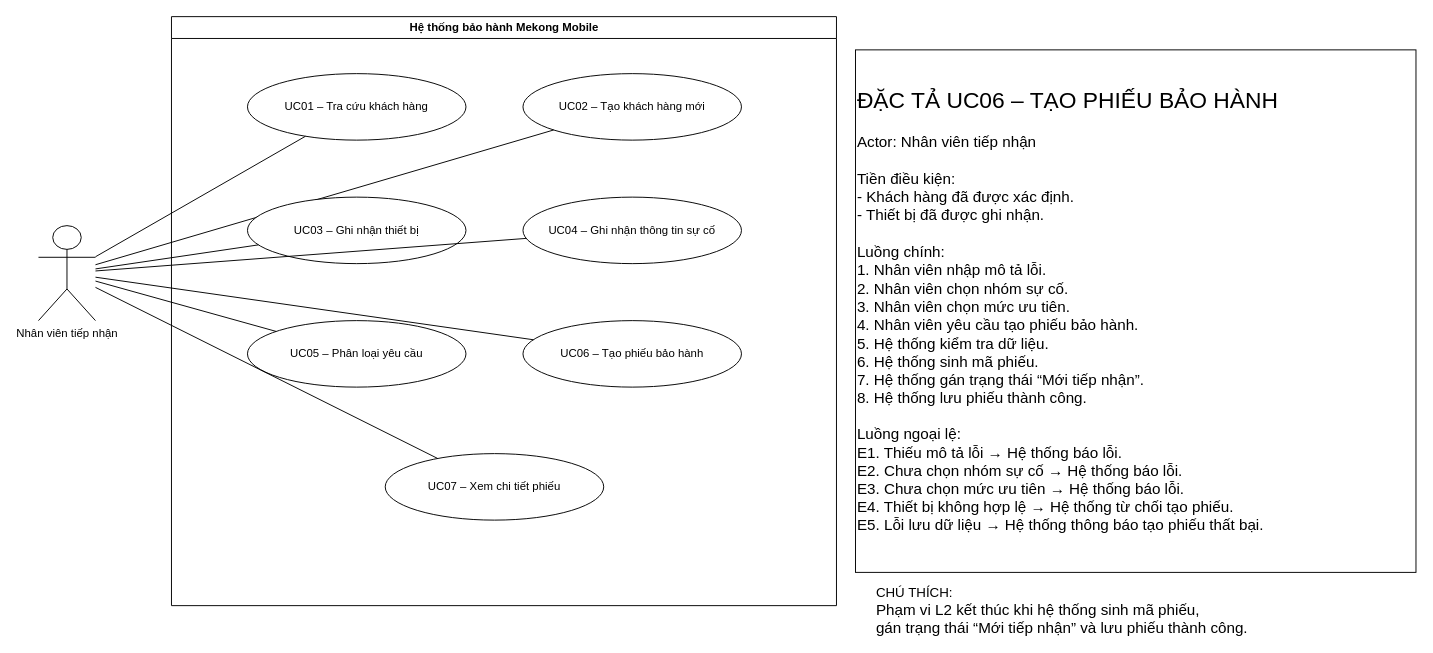
Above: docs/usecase.drawio in biuly1104/cdtn1-nguyenducphuoc-l2 (draw.io), before the change. Source tidied: cells renumbered, new cells numbered last; positions are measured from the earlier drawing's top-left corner, leaving out a move shared by most shapes. Both pictures are drawn from the tidied source at 95%, with x=0, y=0 at pixel (38, 16).
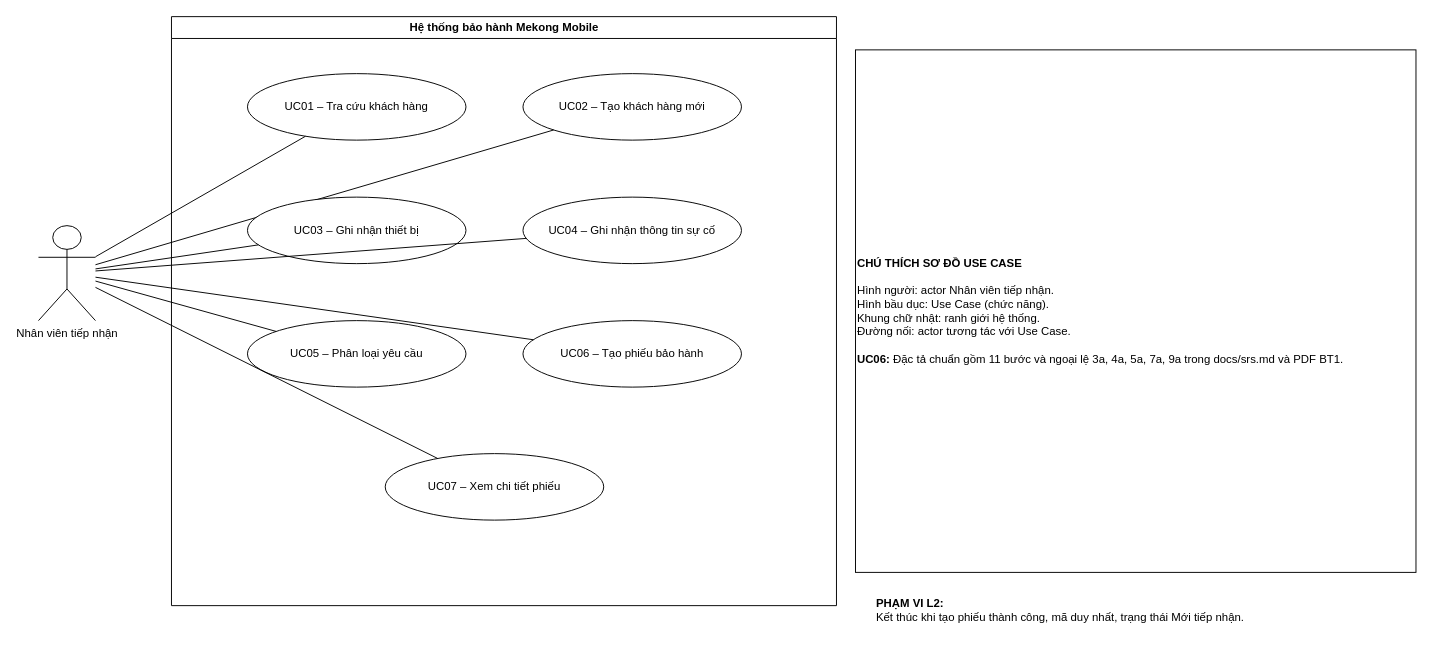
The same diagram, later.

What changed in the source:
```diff
@@
 <mxGraphModel>
   <root>
     <mxCell id="0" />
     <mxCell id="1" parent="0" />
     <mxCell id="2" value="Nhân viên tiếp nhận" style="shape=umlActor;verticalLabelPosition=bottom;verticalAlign=top;html=1;" parent="1" vertex="1">
       <mxGeometry y="220" width="60" height="100" as="geometry" />
     </mxCell>
     <mxCell id="3" value="Hệ thống bảo hành Mekong Mobile" style="swimlane;html=1;" parent="1" vertex="1">
       <mxGeometry x="140" width="700" height="620" as="geometry" />
     </mxCell>
     <mxCell id="4" value="UC01 – Tra cứu khách hàng" style="ellipse;whiteSpace=wrap;html=1;" parent="1" vertex="1">
       <mxGeometry x="220" y="60" width="230" height="70" as="geometry" />
     </mxCell>
     <mxCell id="5" style="endArrow=none;html=1;" parent="1" edge="1" source="2" target="4">
       <mxGeometry relative="1" as="geometry" />
     </mxCell>
     <mxCell id="6" value="UC02 – Tạo khách hàng mới" style="ellipse;whiteSpace=wrap;html=1;" parent="1" vertex="1">
       <mxGeometry x="510" y="60" width="230" height="70" as="geometry" />
     </mxCell>
     <mxCell id="7" style="endArrow=none;html=1;" parent="1" edge="1" source="2" target="6">
       <mxGeometry relative="1" as="geometry" />
     </mxCell>
     <mxCell id="8" value="UC03 – Ghi nhận thiết bị" style="ellipse;whiteSpace=wrap;html=1;" parent="1" vertex="1">
       <mxGeometry x="220" y="190" width="230" height="70" as="geometry" />
     </mxCell>
     <mxCell id="9" style="endArrow=none;html=1;" parent="1" edge="1" source="2" target="8">
       <mxGeometry relative="1" as="geometry" />
     </mxCell>
     <mxCell id="10" value="UC04 – Ghi nhận thông tin sự cố" style="ellipse;whiteSpace=wrap;html=1;" parent="1" vertex="1">
       <mxGeometry x="510" y="190" width="230" height="70" as="geometry" />
     </mxCell>
     <mxCell id="11" style="endArrow=none;html=1;" parent="1" edge="1" source="2" target="10">
       <mxGeometry relative="1" as="geometry" />
     </mxCell>
     <mxCell id="12" value="UC05 – Phân loại yêu cầu" style="ellipse;whiteSpace=wrap;html=1;" parent="1" vertex="1">
       <mxGeometry x="220" y="320" width="230" height="70" as="geometry" />
     </mxCell>
     <mxCell id="13" style="endArrow=none;html=1;" parent="1" edge="1" source="2" target="12">
       <mxGeometry relative="1" as="geometry" />
     </mxCell>
     <mxCell id="14" value="UC06 – Tạo phiếu bảo hành" style="ellipse;whiteSpace=wrap;html=1;" parent="1" vertex="1">
       <mxGeometry x="510" y="320" width="230" height="70" as="geometry" />
     </mxCell>
     <mxCell id="15" style="endArrow=none;html=1;" parent="1" edge="1" source="2" target="14">
       <mxGeometry relative="1" as="geometry" />
     </mxCell>
     <mxCell id="16" value="UC07 – Xem chi tiết phiếu" style="ellipse;whiteSpace=wrap;html=1;" parent="1" vertex="1">
       <mxGeometry x="365" y="460" width="230" height="70" as="geometry" />
     </mxCell>
     <mxCell id="17" style="endArrow=none;html=1;" parent="1" edge="1" source="2" target="16">
       <mxGeometry relative="1" as="geometry" />
     </mxCell>
-    <mxCell id="18" value="&lt;div style=&quot;&quot;&gt;&lt;font style=&quot;font-size: 24px;&quot;&gt;ĐẶC TẢ UC06 – TẠO PHIẾU BẢO HÀNH&lt;/font&gt;&lt;/div&gt;&lt;div style=&quot;&quot;&gt;&lt;font size=&quot;3&quot;&gt;&lt;br&gt;&lt;/font&gt;&lt;/div&gt;&lt;div style=&quot;&quot;&gt;&lt;font size=&quot;3&quot;&gt;Actor: Nhân viên tiếp nhận&lt;/font&gt;&lt;/div&gt;&lt;div style=&quot;&quot;&gt;&lt;font size=&quot;3&quot;&gt;&lt;br&gt;&lt;/font&gt;&lt;/div&gt;&lt;div style=&quot;&quot;&gt;&lt;font size=&quot;3&quot;&gt;Tiền điều kiện:&lt;/font&gt;&lt;/div&gt;&lt;div style=&quot;&quot;&gt;&lt;font size=&quot;3&quot;&gt;- Khách hàng đã được xác định.&lt;/font&gt;&lt;/div&gt;&lt;div style=&quot;&quot;&gt;&lt;font size=&quot;3&quot;&gt;- Thiết bị đã được ghi nhận.&lt;/font&gt;&lt;/div&gt;&lt;div style=&quot;&quot;&gt;&lt;font size=&quot;3&quot;&gt;&lt;br&gt;&lt;/font&gt;&lt;/div&gt;&lt;div style=&quot;&quot;&gt;&lt;font size=&quot;3&quot;&gt;Luồng chính:&lt;/font&gt;&lt;/div&gt;&lt;div style=&quot;&quot;&gt;&lt;font size=&quot;3&quot;&gt;1. Nhân viên nhập mô tả lỗi.&lt;/font&gt;&lt;/div&gt;&lt;div&gt;&lt;font size=&quot;3&quot;&gt;2. Nhân viên chọn nhóm sự cố.&lt;/font&gt;&lt;/div&gt;&lt;div&gt;&lt;font size=&quot;3&quot;&gt;3. Nhân viên chọn mức ưu tiên.&lt;/font&gt;&lt;/div&gt;&lt;div&gt;&lt;font size=&quot;3&quot;&gt;4. Nhân viên yêu cầu tạo phiếu bảo hành.&lt;/font&gt;&lt;/div&gt;&lt;div&gt;&lt;font size=&quot;3&quot;&gt;5. Hệ thống kiểm tra dữ liệu.&lt;/font&gt;&lt;/div&gt;&lt;div&gt;&lt;font size=&quot;3&quot;&gt;6. Hệ thống sinh mã phiếu.&lt;/font&gt;&lt;/div&gt;&lt;div&gt;&lt;font size=&quot;3&quot;&gt;7. Hệ thống gán trạng thái “Mới tiếp nhận”.&lt;/font&gt;&lt;/div&gt;&lt;div&gt;&lt;font size=&quot;3&quot;&gt;8. Hệ thống lưu phiếu thành công.&lt;/font&gt;&lt;/div&gt;&lt;div&gt;&lt;font size=&quot;3&quot;&gt;&lt;br&gt;&lt;/font&gt;&lt;/div&gt;&lt;div&gt;&lt;font size=&quot;3&quot;&gt;Luồng ngoại lệ:&lt;/font&gt;&lt;/div&gt;&lt;div&gt;&lt;font size=&quot;3&quot;&gt;E1. Thiếu mô tả lỗi → Hệ thống báo lỗi.&lt;/font&gt;&lt;/div&gt;&lt;div&gt;&lt;font size=&quot;3&quot;&gt;E2. Chưa chọn nhóm sự cố → Hệ thống báo lỗi.&lt;/font&gt;&lt;/div&gt;&lt;div&gt;&lt;font size=&quot;3&quot;&gt;E3. Chưa chọn mức ưu tiên → Hệ thống báo lỗi.&lt;/font&gt;&lt;/div&gt;&lt;div&gt;&lt;font size=&quot;3&quot;&gt;E4. Thiết bị không hợp lệ → Hệ thống từ chối tạo phiếu.&lt;/font&gt;&lt;/div&gt;&lt;div&gt;&lt;font size=&quot;3&quot;&gt;E5. Lỗi lưu dữ liệu → Hệ thống thông báo tạo phiếu thất bại.&lt;/font&gt;&lt;/div&gt;" style="whiteSpace=wrap;html=1;align=left;" parent="1" vertex="1">
+    <mxCell id="18" value="&lt;b&gt;CHÚ THÍCH SƠ ĐỒ USE CASE&lt;/b&gt;&lt;br&gt;&lt;br&gt;Hình người: actor Nhân viên tiếp nhận.&lt;br&gt;Hình bầu dục: Use Case (chức năng).&lt;br&gt;Khung chữ nhật: ranh giới hệ thống.&lt;br&gt;Đường nối: actor tương tác với Use Case.&lt;br&gt;&lt;br&gt;&lt;b&gt;UC06:&lt;/b&gt; Đặc tả chuẩn gồm 11 bước và ngoại lệ 3a, 4a, 5a, 7a, 9a trong docs/srs.md và PDF BT1." style="whiteSpace=wrap;html=1;align=left;" parent="1" vertex="1">
       <mxGeometry x="860" y="35" width="590" height="550" as="geometry" />
     </mxCell>
-    <mxCell id="19" value="&lt;div&gt;&lt;font style=&quot;font-size: 14px;&quot;&gt;CHÚ THÍCH:&lt;/font&gt;&lt;/div&gt;&lt;div&gt;&lt;font size=&quot;3&quot;&gt;Phạm vi L2 kết thúc khi hệ thống sinh mã phiếu,&lt;/font&gt;&lt;/div&gt;&lt;div&gt;&lt;font size=&quot;3&quot;&gt;gán trạng thái “Mới tiếp nhận” và lưu phiếu thành công.&lt;/font&gt;&lt;/div&gt;" style="text;html=1;whiteSpace=wrap;strokeColor=none;fillColor=none;align=left;verticalAlign=middle;rounded=0;" parent="1" vertex="1">
+    <mxCell id="19" value="&lt;b&gt;PHẠM VI L2:&lt;/b&gt;&lt;br&gt;Kết thúc khi tạo phiếu thành công, mã duy nhất, trạng thái Mới tiếp nhận." style="text;html=1;whiteSpace=wrap;strokeColor=none;fillColor=none;align=left;verticalAlign=middle;rounded=0;" parent="1" vertex="1">
       <mxGeometry x="880" y="610" width="400" height="30" as="geometry" />
     </mxCell>
   </root>
 </mxGraphModel>
```
